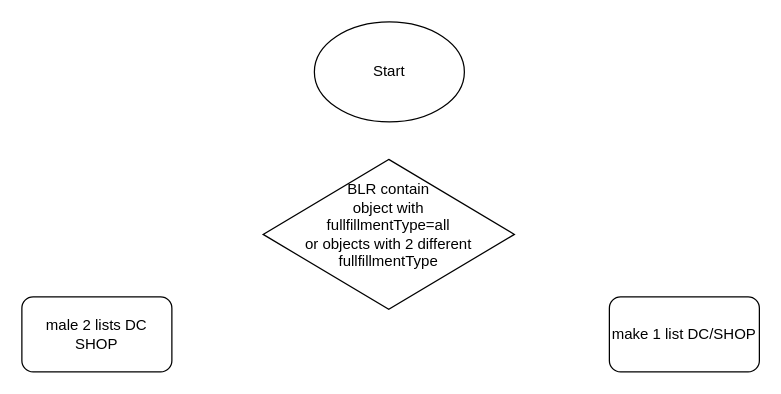
Above: page "warehouseChose" (8 of 8) of education.drawio in yanelena/diagrams (draw.io), before the change. Source tidied: cells renumbered, new cells numbered last; positions are measured from the earlier drawing's top-left corner, leaving out a move shared by most shapes. Both pictures are drawn from the tidied source at 125%, with x=0, y=0 at pixel (21, 21).
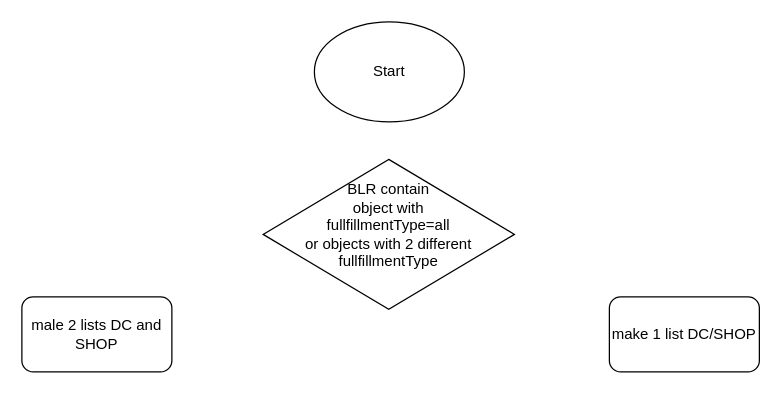
The same diagram, later.

What changed in the source:
```diff
@@
 <mxGraphModel>
   <root>
     <mxCell id="0" />
     <mxCell id="1" parent="0" />
     <mxCell id="2" value="Start" style="ellipse;whiteSpace=wrap;html=1;" parent="1" vertex="1">
       <mxGeometry x="234" width="120" height="80" as="geometry" />
     </mxCell>
     <mxCell id="3" value="BLR contain &lt;br&gt;object with &lt;br&gt;fullfillmentType=all &lt;br&gt;or objects with 2 different fullfillmentType&lt;br&gt;&amp;nbsp;" style="rhombus;whiteSpace=wrap;html=1;" parent="1" vertex="1">
       <mxGeometry x="193" y="110" width="201" height="120" as="geometry" />
     </mxCell>
-    <mxCell id="4" value="male 2 lists DC SHOP" style="rounded=1;whiteSpace=wrap;html=1;" parent="1" vertex="1">
+    <mxCell id="4" value="male 2 lists DC and SHOP" style="rounded=1;whiteSpace=wrap;html=1;" parent="1" vertex="1">
       <mxGeometry y="220" width="120" height="60" as="geometry" />
     </mxCell>
     <mxCell id="5" value="make 1 list DC/SHOP" style="rounded=1;whiteSpace=wrap;html=1;" parent="1" vertex="1">
       <mxGeometry x="470" y="220" width="120" height="60" as="geometry" />
     </mxCell>
   </root>
 </mxGraphModel>
```
